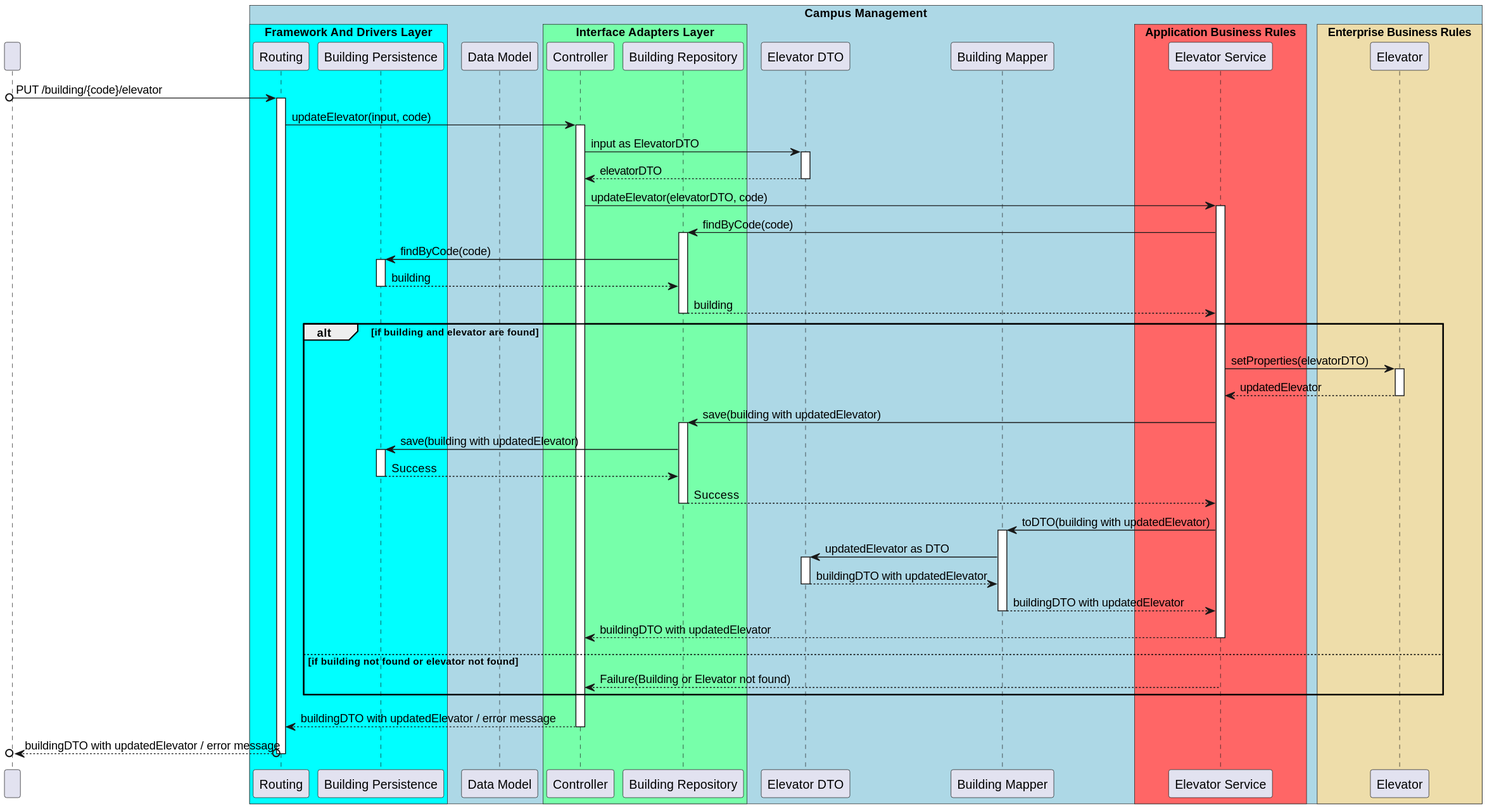
Earlier version of the PlantUML export docs/US/ID-280/SD Lv3.svg (winqus/RobDroneGo). The source it was exported from:
```plantuml
@startuml SD Lv3

!pragma teoz true

participant " "
box "Campus Management" #LightBlue

    box "Framework And Drivers Layer" #00ffff
        participant Routing
        participant "Building Persistence" as Persistence
    end box

    participant "Data Model" as Data
    box "Interface Adapters Layer" #77ffaa
        participant Controller
        participant "Building Repository" as Repository
    end box

    participant "Elevator DTO" as ElevatorDTO
    participant "Building Mapper" as BuildingMapper
    box "Application Business Rules" #ff6666
        participant "Elevator Service" as ElevatorService
    end box

    box "Enterprise Business Rules" #eeddaa
        participant Elevator
    end box
end box

[o-> Routing : PUT /building/{code}/elevator
activate Routing

    Routing -> Controller : updateElevator(input, code)
    activate Controller

        Controller -> ElevatorDTO : input as ElevatorDTO
        activate ElevatorDTO

        ElevatorDTO --> Controller : elevatorDTO
        deactivate ElevatorDTO

        Controller -> ElevatorService : updateElevator(elevatorDTO, code)
        activate ElevatorService

            ElevatorService -> Repository : findByCode(code)
            activate Repository

                Repository -> Persistence : findByCode(code)
                activate Persistence

                Persistence --> Repository : building
                deactivate Persistence

            Repository --> ElevatorService : building
            deactivate Repository

            alt if building and elevator are found

                ElevatorService -> Elevator : setProperties(elevatorDTO)
                activate Elevator

                Elevator --> ElevatorService : updatedElevator
                deactivate Elevator

                ElevatorService -> Repository : save(building with updatedElevator)
                activate Repository

                    Repository -> Persistence : save(building with updatedElevator)
                    activate Persistence

                    Persistence --> Repository : Success
                    deactivate Persistence

                Repository --> ElevatorService : Success
                deactivate Repository

                ElevatorService -> BuildingMapper : toDTO(building with updatedElevator)
                activate BuildingMapper

                    BuildingMapper -> ElevatorDTO : updatedElevator as DTO
                    activate ElevatorDTO

                    ElevatorDTO --> BuildingMapper : buildingDTO with updatedElevator
                    deactivate ElevatorDTO

                BuildingMapper --> ElevatorService : buildingDTO with updatedElevator
                deactivate BuildingMapper

                ElevatorService --> Controller : buildingDTO with updatedElevator
                deactivate ElevatorService

            else if building not found or elevator not found
                ElevatorService --> Controller : Failure(Building or Elevator not found)
            end

    Controller --> Routing : buildingDTO with updatedElevator / error message
    deactivate Controller

[o<--o Routing : buildingDTO with updatedElevator / error message
deactivate Routing

@enduml
```
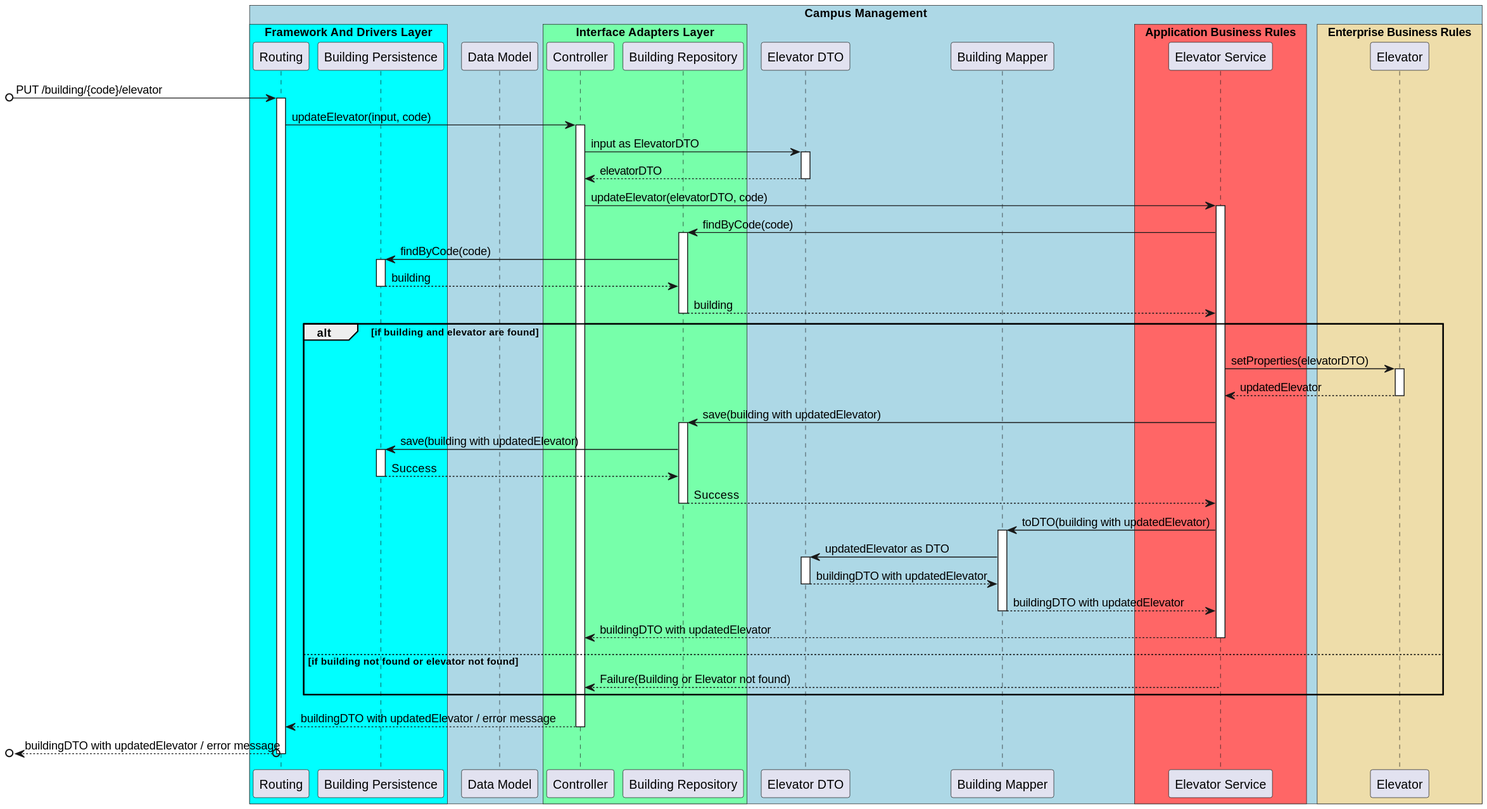
After the commit.

What changed in the source:
```diff
@@ -2,7 +2,6 @@
 
 !pragma teoz true
 
-participant " "
 box "Campus Management" #LightBlue
 
     box "Framework And Drivers Layer" #00ffff
```
